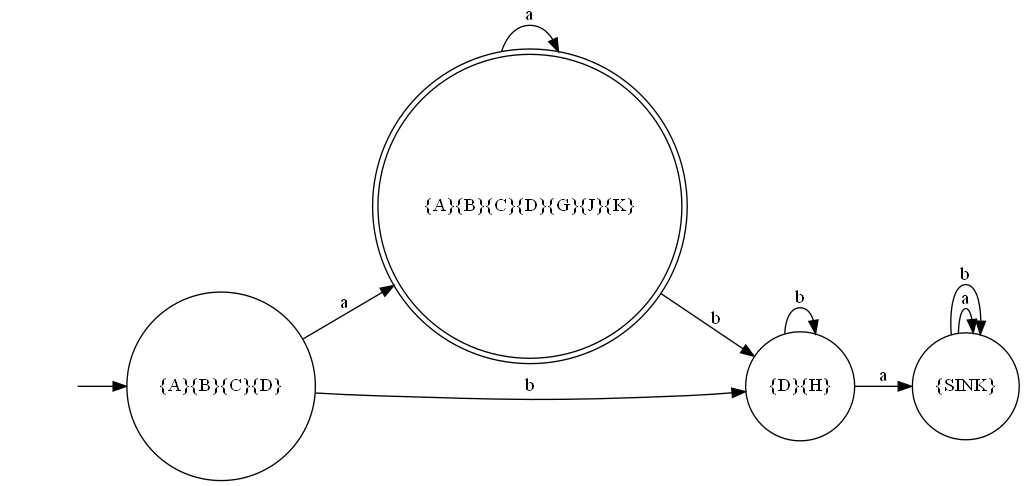
Earlier version of the Graphviz export Automate Picture/AutomataConvertedDFAPicture.dot.png (arjen0203/AutomataReader). Its source is kept beside it as Automate Picture/AutomataConvertedDFAPicture.dot.
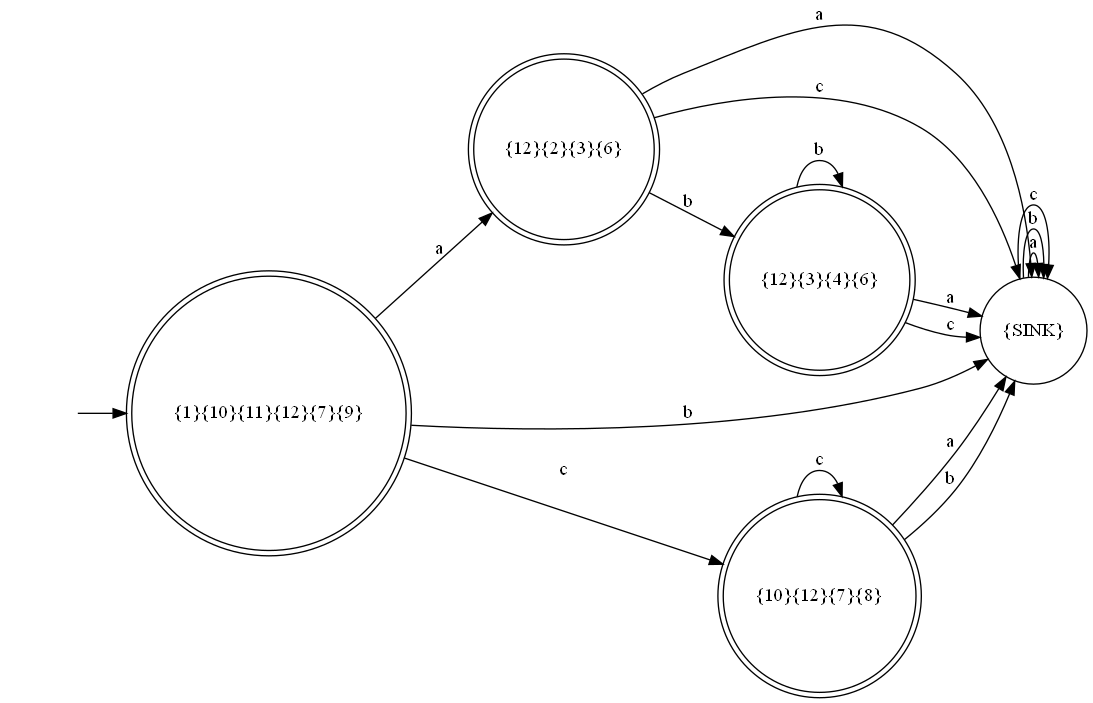
After the change.

What changed in the source:
```diff
@@ -1,18 +1,26 @@
 digraph myAutomatonDFA {
 rankdir=LR;
 "" [shape=none]
-"{A}{B}{C}{D}" [shape=circle]
-"{A}{B}{C}{D}{G}{J}{K}" [shape=doublecircle]
-"{D}{H}" [shape=circle]
+"{1}{10}{11}{12}{7}{9}" [shape=doublecircle]
+"{12}{2}{3}{6}" [shape=doublecircle]
 "{SINK}" [shape=circle]
+"{10}{12}{7}{8}" [shape=doublecircle]
+"{12}{3}{4}{6}" [shape=doublecircle]
 
-"" -> "{A}{B}{C}{D}"
-"{A}{B}{C}{D}" -> "{A}{B}{C}{D}{G}{J}{K}" [label="a"]
-"{A}{B}{C}{D}" -> "{D}{H}" [label="b"]
-"{A}{B}{C}{D}{G}{J}{K}" -> "{A}{B}{C}{D}{G}{J}{K}" [label="a"]
-"{A}{B}{C}{D}{G}{J}{K}" -> "{D}{H}" [label="b"]
-"{D}{H}" -> "{SINK}" [label="a"]
-"{D}{H}" -> "{D}{H}" [label="b"]
+"" -> "{1}{10}{11}{12}{7}{9}"
+"{1}{10}{11}{12}{7}{9}" -> "{12}{2}{3}{6}" [label="a"]
+"{1}{10}{11}{12}{7}{9}" -> "{SINK}" [label="b"]
+"{1}{10}{11}{12}{7}{9}" -> "{10}{12}{7}{8}" [label="c"]
+"{12}{2}{3}{6}" -> "{SINK}" [label="a"]
+"{12}{2}{3}{6}" -> "{12}{3}{4}{6}" [label="b"]
+"{12}{2}{3}{6}" -> "{SINK}" [label="c"]
 "{SINK}" -> "{SINK}" [label="a"]
 "{SINK}" -> "{SINK}" [label="b"]
+"{SINK}" -> "{SINK}" [label="c"]
+"{10}{12}{7}{8}" -> "{SINK}" [label="a"]
+"{10}{12}{7}{8}" -> "{SINK}" [label="b"]
+"{10}{12}{7}{8}" -> "{10}{12}{7}{8}" [label="c"]
+"{12}{3}{4}{6}" -> "{SINK}" [label="a"]
+"{12}{3}{4}{6}" -> "{12}{3}{4}{6}" [label="b"]
+"{12}{3}{4}{6}" -> "{SINK}" [label="c"]
 }
```
